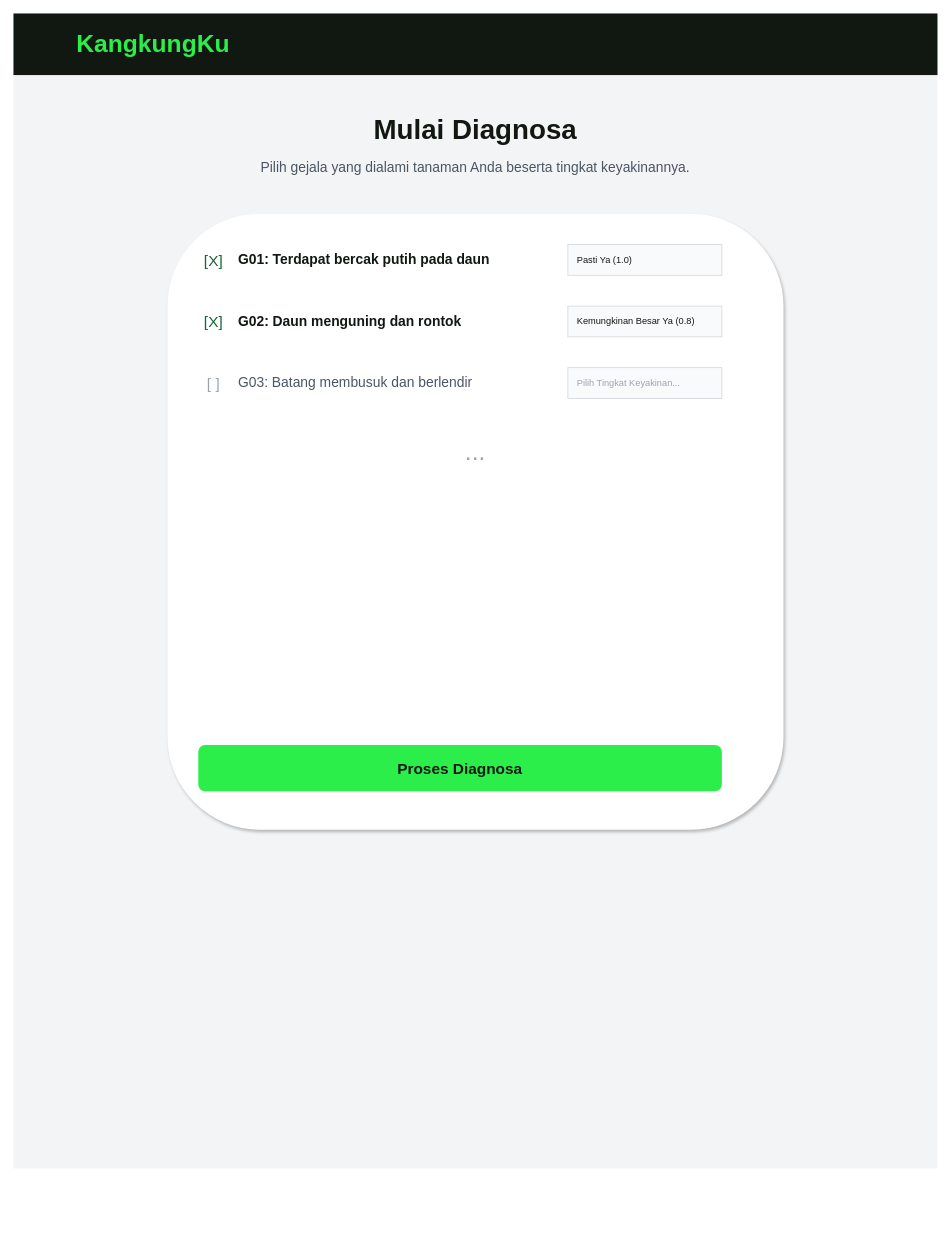
Above: diagram/desain/diagnosa.drawio in RajaSunrise/kangkungku (draw.io), before the change. Source tidied: cells renumbered, new cells numbered last; positions are measured from the earlier drawing's top-left corner, leaving out a move shared by most shapes. Both pictures are drawn from the tidied source at 77%, with x=0, y=0 at pixel (13, 13).
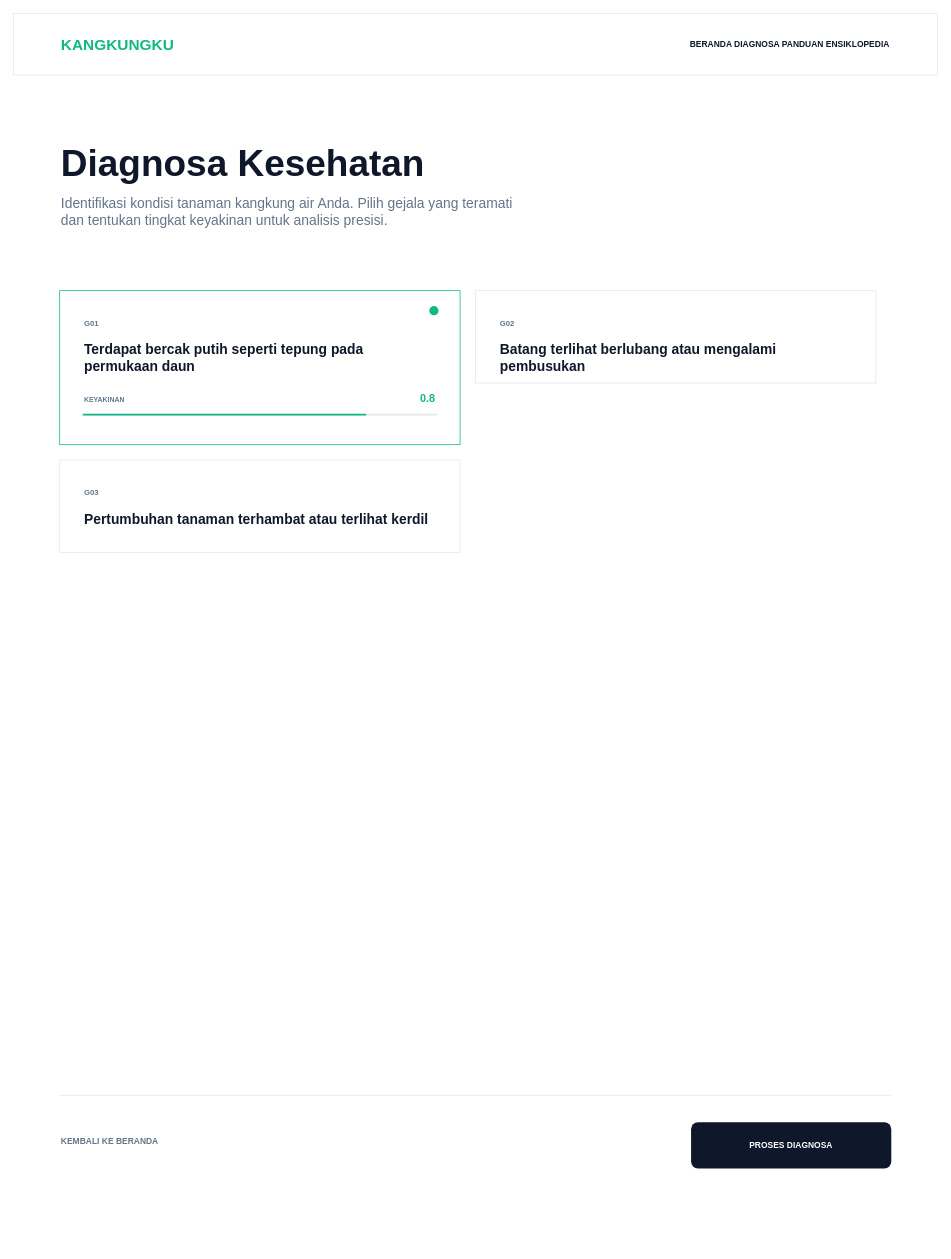
After the change.

What changed in the source:
```diff
@@
-    <mxCell id="2" style="rounded=0;whiteSpace=wrap;html=1;fillColor=#F3F4F6;strokeColor=none;" parent="1" vertex="1">
-      <mxGeometry width="1200" height="1500" as="geometry" />
+    <mxCell id="2" style="rounded=0;whiteSpace=wrap;html=1;fillColor=#FFFFFF;strokeColor=none;" parent="1" vertex="1">
+      <mxGeometry width="1200" height="1600" as="geometry" />
     </mxCell>
-    <mxCell id="3" style="rounded=0;whiteSpace=wrap;html=1;fillColor=#111812;strokeColor=none;" parent="1" vertex="1">
+    <mxCell id="3" style="rounded=0;whiteSpace=wrap;html=1;fillColor=#FFFFFF;strokeColor=#E2E8F0;strokeWidth=1;" parent="1" vertex="1">
       <mxGeometry width="1200" height="80" as="geometry" />
     </mxCell>
-    <mxCell id="4" value="KangkungKu" style="text;html=1;strokeColor=none;fillColor=none;align=left;verticalAlign=middle;whiteSpace=wrap;rounded=0;fontColor=#2BEE4B;fontSize=32;fontStyle=1;" parent="1" vertex="1">
-      <mxGeometry x="80" y="20" width="200" height="40" as="geometry" />
+    <mxCell id="4" value="KANGKUNGKU" style="text;html=1;strokeColor=none;fillColor=none;align=left;verticalAlign=middle;whiteSpace=wrap;rounded=0;fontColor=#10B981;fontSize=20;fontStyle=1;fontFamily=Plus Jakarta Sans;letterSpacing=0.05em;" parent="1" vertex="1">
+      <mxGeometry x="60" y="20" width="200" height="40" as="geometry" />
     </mxCell>
+    <mxCell id="19" value="BERANDA    DIAGNOSA    PANDUAN    ENSIKLOPEDIA" style="text;html=1;strokeColor=none;fillColor=none;align=right;verticalAlign=middle;whiteSpace=wrap;rounded=0;fontColor=#0F172A;fontSize=11;fontStyle=1;fontFamily=Plus Jakarta Sans;letterSpacing=0.1em;" parent="1" vertex="1">
+      <mxGeometry x="400" y="20" width="740" height="40" as="geometry" />
+    </mxCell>
-    <mxCell id="5" value="Mulai Diagnosa" style="text;html=1;strokeColor=none;fillColor=none;align=center;verticalAlign=middle;whiteSpace=wrap;rounded=0;fontColor=#111812;fontSize=36;fontStyle=1;" parent="1" vertex="1">
-      <mxGeometry x="300" y="120" width="600" height="60" as="geometry" />
+    <mxCell id="5" value="Diagnosa Kesehatan" style="text;html=1;strokeColor=none;fillColor=none;align=left;verticalAlign=top;whiteSpace=wrap;rounded=0;fontColor=#0F172A;fontSize=48;fontStyle=1;fontFamily=Plus Jakarta Sans;letterSpacing=-0.03em;" parent="1" vertex="1">
+      <mxGeometry x="60" y="160" width="600" height="60" as="geometry" />
     </mxCell>
-    <mxCell id="6" value="Pilih gejala yang dialami tanaman Anda beserta tingkat keyakinannya." style="text;html=1;strokeColor=none;fillColor=none;align=center;verticalAlign=middle;whiteSpace=wrap;rounded=0;fontColor=#4B5563;fontSize=18;" parent="1" vertex="1">
-      <mxGeometry x="200" y="180" width="800" height="40" as="geometry" />
-    </mxCell>
-    <mxCell id="7" style="rounded=1;whiteSpace=wrap;html=1;fillColor=#FFFFFF;strokeColor=none;shadow=1;" parent="1" vertex="1">
-      <mxGeometry x="200" y="260" width="800" height="800" as="geometry" />
-    </mxCell>
-    <mxCell id="8" value="[X]" style="text;html=1;strokeColor=none;fillColor=none;align=center;verticalAlign=middle;whiteSpace=wrap;rounded=0;fontColor=#166534;fontSize=20;" parent="1" vertex="1">
-      <mxGeometry x="240" y="300" width="40" height="40" as="geometry" />
-    </mxCell>
-    <mxCell id="9" value="G01: Terdapat bercak putih pada daun" style="text;html=1;strokeColor=none;fillColor=none;align=left;verticalAlign=middle;whiteSpace=wrap;rounded=0;fontColor=#111812;fontSize=18;fontStyle=1;" parent="1" vertex="1">
-      <mxGeometry x="290" y="300" width="400" height="40" as="geometry" />
-    </mxCell>
-    <mxCell id="10" value="Pasti Ya (1.0)" style="rounded=0;whiteSpace=wrap;html=1;fillColor=#F9FAFB;strokeColor=#D1D5DB;fontColor=#111812;align=left;spacingLeft=10;" parent="1" vertex="1">
-      <mxGeometry x="720" y="300" width="200" height="40" as="geometry" />
-    </mxCell>
-    <mxCell id="11" value="[X]" style="text;html=1;strokeColor=none;fillColor=none;align=center;verticalAlign=middle;whiteSpace=wrap;rounded=0;fontColor=#166534;fontSize=20;" parent="1" vertex="1">
-      <mxGeometry x="240" y="380" width="40" height="40" as="geometry" />
-    </mxCell>
-    <mxCell id="12" value="G02: Daun menguning dan rontok" style="text;html=1;strokeColor=none;fillColor=none;align=left;verticalAlign=middle;whiteSpace=wrap;rounded=0;fontColor=#111812;fontSize=18;fontStyle=1;" parent="1" vertex="1">
-      <mxGeometry x="290" y="380" width="400" height="40" as="geometry" />
-    </mxCell>
-    <mxCell id="13" value="Kemungkinan Besar Ya (0.8)" style="rounded=0;whiteSpace=wrap;html=1;fillColor=#F9FAFB;strokeColor=#D1D5DB;fontColor=#111812;align=left;spacingLeft=10;" parent="1" vertex="1">
-      <mxGeometry x="720" y="380" width="200" height="40" as="geometry" />
-    </mxCell>
-    <mxCell id="14" value="[ ]" style="text;html=1;strokeColor=none;fillColor=none;align=center;verticalAlign=middle;whiteSpace=wrap;rounded=0;fontColor=#9CA3AF;fontSize=20;" parent="1" vertex="1">
-      <mxGeometry x="240" y="460" width="40" height="40" as="geometry" />
-    </mxCell>
-    <mxCell id="15" value="G03: Batang membusuk dan berlendir" style="text;html=1;strokeColor=none;fillColor=none;align=left;verticalAlign=middle;whiteSpace=wrap;rounded=0;fontColor=#4B5563;fontSize=18;" parent="1" vertex="1">
-      <mxGeometry x="290" y="460" width="400" height="40" as="geometry" />
-    </mxCell>
-    <mxCell id="16" value="Pilih Tingkat Keyakinan..." style="rounded=0;whiteSpace=wrap;html=1;fillColor=#F9FAFB;strokeColor=#D1D5DB;fontColor=#9CA3AF;align=left;spacingLeft=10;" parent="1" vertex="1">
-      <mxGeometry x="720" y="460" width="200" height="40" as="geometry" />
-    </mxCell>
-    <mxCell id="17" value="..." style="text;html=1;strokeColor=none;fillColor=none;align=center;verticalAlign=middle;whiteSpace=wrap;rounded=0;fontColor=#9CA3AF;fontSize=32;" parent="1" vertex="1">
-      <mxGeometry x="500" y="550" width="200" height="40" as="geometry" />
-    </mxCell>
-    <mxCell id="18" value="Proses Diagnosa" style="rounded=1;whiteSpace=wrap;html=1;fillColor=#2BEE4B;strokeColor=none;fontColor=#111812;fontStyle=1;fontSize=20;" parent="1" vertex="1">
-      <mxGeometry x="240" y="950" width="680" height="60" as="geometry" />
-    </mxCell>
+    <mxCell id="20" value="Identifikasi kondisi tanaman kangkung air Anda. Pilih gejala yang teramati dan tentukan tingkat keyakinan untuk analisis presisi." style="text;html=1;strokeColor=none;fillColor=none;align=left;verticalAlign=top;whiteSpace=wrap;rounded=0;fontColor=#64748B;fontSize=18;fontFamily=Plus Jakarta Sans;lineHeight=1.5;" parent="1" vertex="1">
+      <mxGeometry x="60" y="230" width="600" height="80" as="geometry" />
+    </mxCell>
+    <mxCell id="21" style="rounded=0;whiteSpace=wrap;html=1;fillColor=none;strokeColor=none;" parent="1" vertex="1">
+      <mxGeometry x="60" y="360" width="1080" height="1000" as="geometry" />
+    </mxCell>
+    <mxCell id="22" style="rounded=0;whiteSpace=wrap;html=1;fillColor=#FFFFFF;strokeColor=#10B981;strokeWidth=1;" parent="1" vertex="1">
+      <mxGeometry x="60" y="360" width="520" height="200" as="geometry" />
+    </mxCell>
+    <mxCell id="23" style="ellipse;whiteSpace=wrap;html=1;fillColor=#10B981;strokeColor=none;" parent="1" vertex="1">
+      <mxGeometry x="540" y="380" width="12" height="12" as="geometry" />
+    </mxCell>
+    <mxCell id="24" value="G01" style="text;html=1;strokeColor=none;fillColor=none;align=left;verticalAlign=top;whiteSpace=wrap;rounded=0;fontColor=#64748B;fontSize=10;fontStyle=1;fontFamily=Plus Jakarta Sans;letterSpacing=0.2em;" parent="1" vertex="1">
+      <mxGeometry x="90" y="390" width="100" height="20" as="geometry" />
+    </mxCell>
+    <mxCell id="25" value="Terdapat bercak putih seperti tepung pada permukaan daun" style="text;html=1;strokeColor=none;fillColor=none;align=left;verticalAlign=top;whiteSpace=wrap;rounded=0;fontColor=#0F172A;fontSize=18;fontStyle=1;fontFamily=Plus Jakarta Sans;lineHeight=1.3;" parent="1" vertex="1">
+      <mxGeometry x="90" y="420" width="460" height="50" as="geometry" />
+    </mxCell>
+    <mxCell id="26" value="KEYAKINAN" style="text;html=1;strokeColor=none;fillColor=none;align=left;verticalAlign=top;whiteSpace=wrap;rounded=0;fontColor=#64748B;fontSize=9;fontStyle=1;fontFamily=Plus Jakarta Sans;letterSpacing=0.1em;" parent="1" vertex="1">
+      <mxGeometry x="90" y="490" width="100" height="20" as="geometry" />
+    </mxCell>
+    <mxCell id="27" value="0.8" style="text;html=1;strokeColor=none;fillColor=none;align=right;verticalAlign=top;whiteSpace=wrap;rounded=0;fontColor=#10B981;fontSize=14;fontStyle=1;fontFamily=Plus Jakarta Sans;" parent="1" vertex="1">
+      <mxGeometry x="500" y="485" width="50" height="20" as="geometry" />
+    </mxCell>
+    <mxCell id="28" style="rounded=1;whiteSpace=wrap;html=1;fillColor=#E2E8F0;strokeColor=none;" parent="1" vertex="1">
+      <mxGeometry x="90" y="520" width="460" height="2" as="geometry" />
+    </mxCell>
+    <mxCell id="29" style="rounded=1;whiteSpace=wrap;html=1;fillColor=#10B981;strokeColor=none;" parent="1" vertex="1">
+      <mxGeometry x="90" y="520" width="368" height="2" as="geometry" />
+    </mxCell>
+    <mxCell id="30" style="rounded=0;whiteSpace=wrap;html=1;fillColor=#FFFFFF;strokeColor=#E2E8F0;strokeWidth=1;" parent="1" vertex="1">
+      <mxGeometry x="600" y="360" width="520" height="120" as="geometry" />
+    </mxCell>
+    <mxCell id="31" value="G02" style="text;html=1;strokeColor=none;fillColor=none;align=left;verticalAlign=top;whiteSpace=wrap;rounded=0;fontColor=#64748B;fontSize=10;fontStyle=1;fontFamily=Plus Jakarta Sans;letterSpacing=0.2em;" parent="1" vertex="1">
+      <mxGeometry x="630" y="390" width="100" height="20" as="geometry" />
+    </mxCell>
+    <mxCell id="32" value="Batang terlihat berlubang atau mengalami pembusukan" style="text;html=1;strokeColor=none;fillColor=none;align=left;verticalAlign=top;whiteSpace=wrap;rounded=0;fontColor=#0F172A;fontSize=18;fontStyle=1;fontFamily=Plus Jakarta Sans;lineHeight=1.3;" parent="1" vertex="1">
+      <mxGeometry x="630" y="420" width="460" height="50" as="geometry" />
+    </mxCell>
+    <mxCell id="33" style="rounded=0;whiteSpace=wrap;html=1;fillColor=#FFFFFF;strokeColor=#E2E8F0;strokeWidth=1;" parent="1" vertex="1">
+      <mxGeometry x="60" y="580" width="520" height="120" as="geometry" />
+    </mxCell>
+    <mxCell id="34" value="G03" style="text;html=1;strokeColor=none;fillColor=none;align=left;verticalAlign=top;whiteSpace=wrap;rounded=0;fontColor=#64748B;fontSize=10;fontStyle=1;fontFamily=Plus Jakarta Sans;letterSpacing=0.2em;" parent="1" vertex="1">
+      <mxGeometry x="90" y="610" width="100" height="20" as="geometry" />
+    </mxCell>
+    <mxCell id="35" value="Pertumbuhan tanaman terhambat atau terlihat kerdil" style="text;html=1;strokeColor=none;fillColor=none;align=left;verticalAlign=top;whiteSpace=wrap;rounded=0;fontColor=#0F172A;fontSize=18;fontStyle=1;fontFamily=Plus Jakarta Sans;lineHeight=1.3;" parent="1" vertex="1">
+      <mxGeometry x="90" y="640" width="460" height="50" as="geometry" />
+    </mxCell>
+    <mxCell id="36" style="line;strokeWidth=1;fillColor=none;align=left;verticalAlign=middle;spacingTop=-1;spacingLeft=3;spacingRight=3;strokeColor=#E2E8F0;direction=east;" parent="1" vertex="1">
+      <mxGeometry x="60" y="1400" width="1080" height="10" as="geometry" />
+    </mxCell>
+    <mxCell id="37" value="KEMBALI KE BERANDA" style="text;html=1;strokeColor=none;fillColor=none;align=left;verticalAlign=middle;whiteSpace=wrap;rounded=0;fontColor=#64748B;fontSize=11;fontStyle=1;fontFamily=Plus Jakarta Sans;letterSpacing=0.15em;" parent="1" vertex="1">
+      <mxGeometry x="60" y="1440" width="250" height="50" as="geometry" />
+    </mxCell>
+    <mxCell id="38" value="PROSES DIAGNOSA" style="rounded=1;whiteSpace=wrap;html=1;fillColor=#0F172A;strokeColor=none;fontColor=#FFFFFF;fontSize=11;fontStyle=1;fontFamily=Plus Jakarta Sans;letterSpacing=0.2em;" parent="1" vertex="1">
+      <mxGeometry x="880" y="1440" width="260" height="60" as="geometry" />
+    </mxCell>
```
